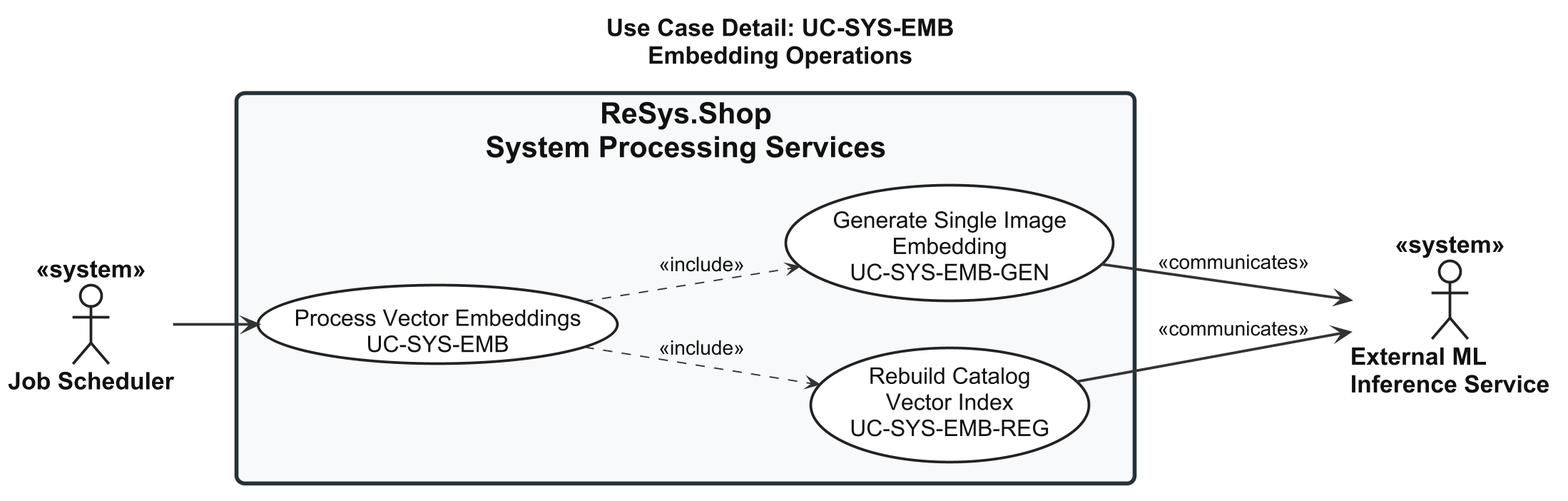
Earlier version of the PlantUML export thesis/figures/chapters/part2/ch2-design/02-use-cases/diagrams/P2S2.2.2_usecase-embedding-operations.png (qingfa-dev/ReSys.Shop).
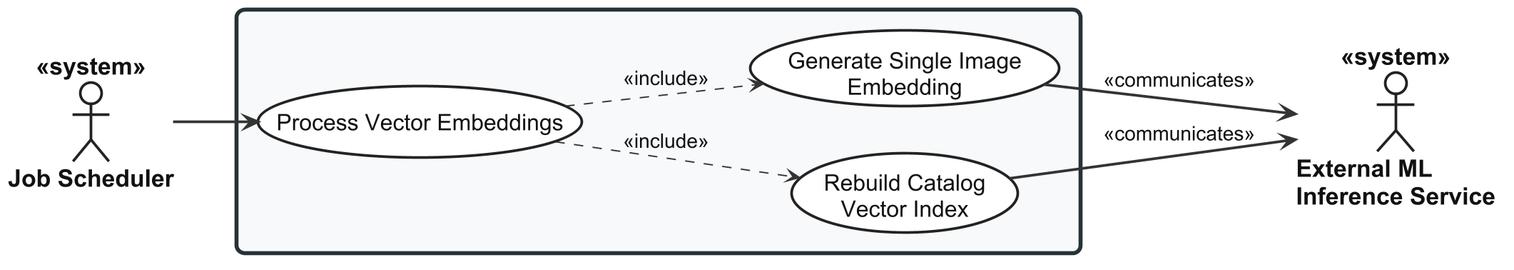
After the change.

Diff of the diagram source:
```diff
@@ -56,7 +56,6 @@
 
 </style>
 
-title Use Case Detail: UC-SYS-EMB\nEmbedding Operations
 
 
 actor "Job Scheduler" as Scheduler <<system>>
@@ -65,13 +64,16 @@
 
 
 
-rectangle "ReSys.Shop\nSystem Processing Services" {
+rectangle {
 
-  usecase "Process Vector Embeddings\nUC-SYS-EMB" as UC_MAIN
 
-  usecase "Generate Single Image\nEmbedding\nUC-SYS-EMB-GEN" as UC_GEN
+  usecase "Process Vector Embeddings" as UC_MAIN
 
-  usecase "Rebuild Catalog\nVector Index\nUC-SYS-EMB-REG" as UC_REG
+
+  usecase "Generate Single Image\nEmbedding" as UC_GEN
+
+
+  usecase "Rebuild Catalog\nVector Index" as UC_REG
 
 }
 
```
